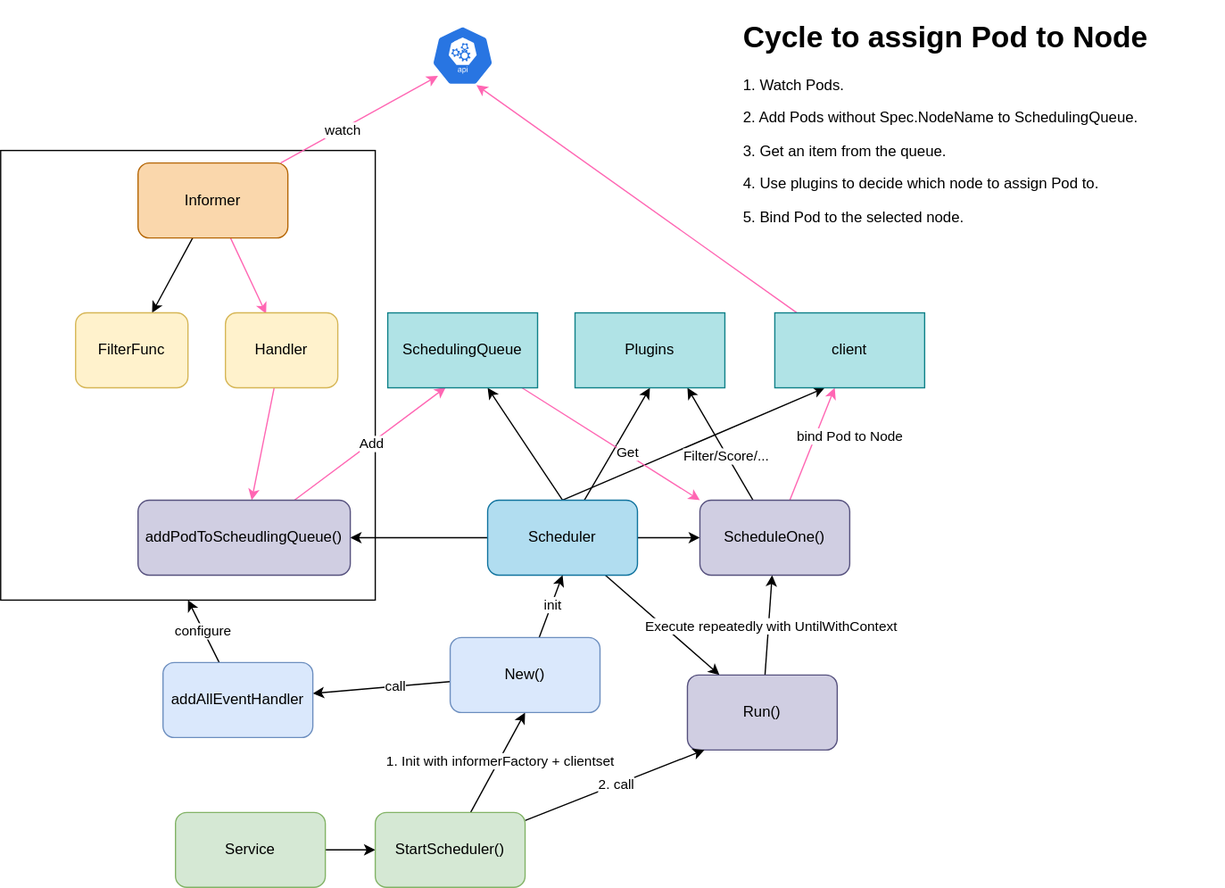
Before: diagram.drawio.svg, a diagram exported from draw.io (nakamasato/mini-kube-scheduler). Source tidied: cells renumbered, new cells last; positions are measured from the earlier drawing's top-left corner, leaving out a move shared by most shapes.
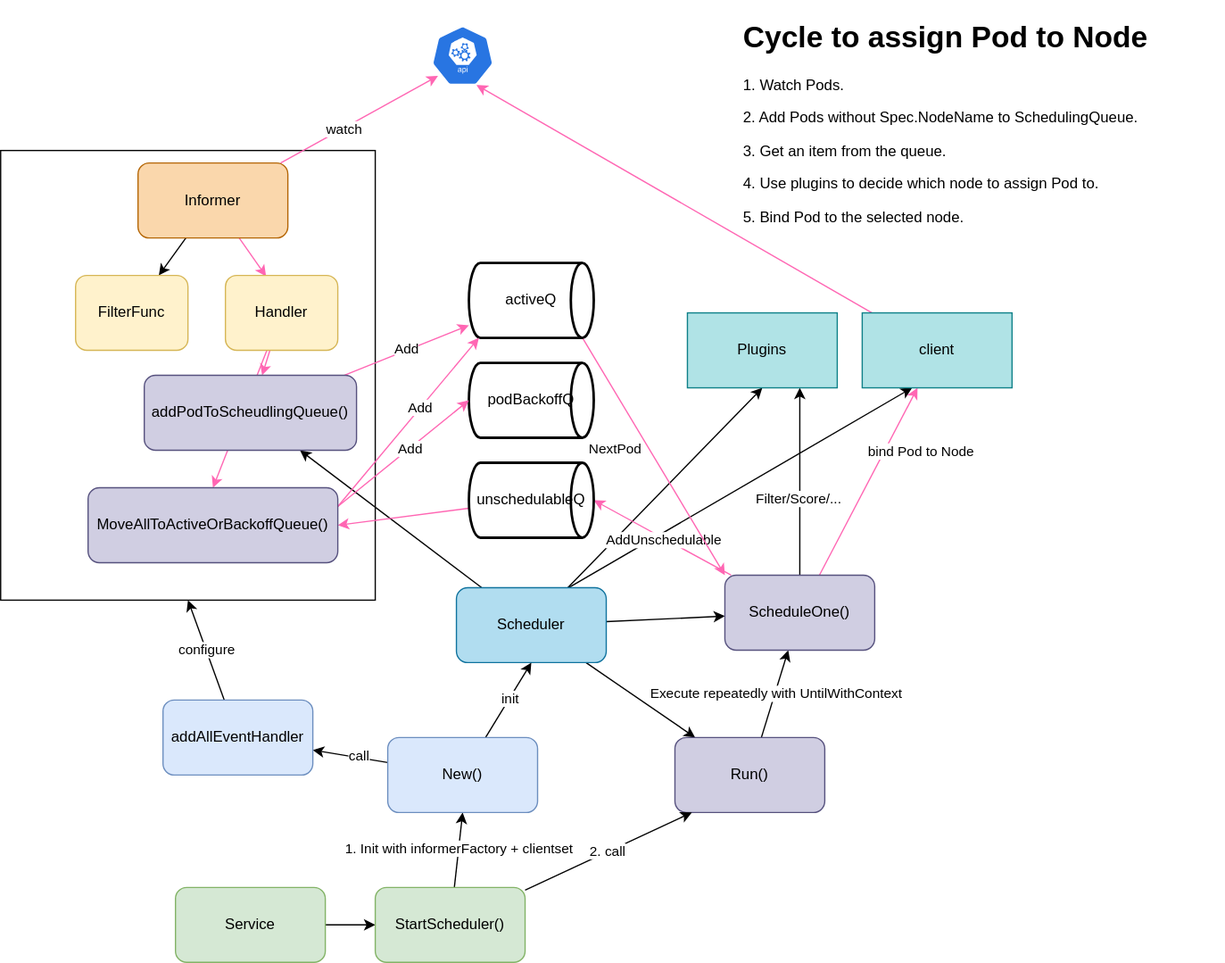
Above is the later version.

The edit, as a diff of the source:
```diff
@@ -5,10 +5,7 @@
     <mxCell id="2" style="rounded=0;whiteSpace=wrap;html=1;" parent="1" vertex="1">
       <mxGeometry y="110" width="300" height="360" as="geometry" />
     </mxCell>
-    <mxCell id="3" style="edgeStyle=none;html=1;exitX=0.5;exitY=0;exitDx=0;exitDy=0;" parent="1" edge="1" source="17" target="31">
-      <mxGeometry relative="1" as="geometry" />
-    </mxCell>
-    <mxCell id="4" style="edgeStyle=none;html=1;exitX=0.5;exitY=0;exitDx=0;exitDy=0;entryX=0.333;entryY=1;entryDx=0;entryDy=0;entryPerimeter=0;" parent="1" edge="1" source="17" target="33">
+    <mxCell id="4" style="edgeStyle=none;html=1;exitX=0.75;exitY=0;exitDx=0;exitDy=0;entryX=0.333;entryY=1;entryDx=0;entryDy=0;entryPerimeter=0;" parent="1" edge="1" source="17" target="33">
       <mxGeometry relative="1" as="geometry" />
     </mxCell>
     <mxCell id="5" style="edgeStyle=none;html=1;" parent="1" edge="1" source="12" target="7">
@@ -18,13 +15,16 @@
       <mxGeometry relative="1" as="geometry" />
     </mxCell>
     <mxCell id="7" value="FilterFunc" style="rounded=1;whiteSpace=wrap;html=1;fillColor=#fff2cc;strokeColor=#d6b656;" parent="1" vertex="1">
-      <mxGeometry x="60" y="240" width="90" height="60" as="geometry" />
+      <mxGeometry x="60" y="210" width="90" height="60" as="geometry" />
     </mxCell>
     <mxCell id="8" style="edgeStyle=none;html=1;strokeColor=#FF66B3;" parent="1" edge="1" source="9" target="20">
       <mxGeometry relative="1" as="geometry" />
     </mxCell>
+    <mxCell id="50" style="edgeStyle=none;html=1;entryX=0.5;entryY=0;entryDx=0;entryDy=0;strokeColor=#FF66B3;" parent="1" edge="1" source="9" target="61">
+      <mxGeometry relative="1" as="geometry" />
+    </mxCell>
     <mxCell id="9" value="Handler" style="rounded=1;whiteSpace=wrap;html=1;fillColor=#fff2cc;strokeColor=#d6b656;" parent="1" vertex="1">
-      <mxGeometry x="180" y="240" width="90" height="60" as="geometry" />
+      <mxGeometry x="180" y="210" width="90" height="60" as="geometry" />
     </mxCell>
     <mxCell id="10" style="edgeStyle=none;html=1;entryX=0.105;entryY=0.839;entryDx=0;entryDy=0;entryPerimeter=0;strokeColor=#FF66B3;" parent="1" edge="1" source="12" target="34">
       <mxGeometry relative="1" as="geometry" />
@@ -48,16 +48,16 @@
       <mxGeometry relative="1" as="geometry" />
     </mxCell>
     <mxCell id="17" value="Scheduler" style="rounded=1;whiteSpace=wrap;html=1;fillColor=#b1ddf0;strokeColor=#10739e;" parent="1" vertex="1">
-      <mxGeometry x="390" y="390" width="120" height="60" as="geometry" />
+      <mxGeometry x="365" y="460" width="120" height="60" as="geometry" />
     </mxCell>
-    <mxCell id="18" style="edgeStyle=none;html=1;entryX=0.388;entryY=0.992;entryDx=0;entryDy=0;entryPerimeter=0;strokeColor=#FF66B3;" parent="1" edge="1" source="20" target="31">
+    <mxCell id="18" style="edgeStyle=none;html=1;strokeColor=#FF66B3;" parent="1" edge="1" source="20" target="53">
       <mxGeometry relative="1" as="geometry" />
     </mxCell>
     <mxCell id="19" value="Add" style="edgeLabel;html=1;align=center;verticalAlign=middle;" parent="18" vertex="1">
       <mxGeometry x="0.01" y="1" relative="1" as="geometry" />
     </mxCell>
     <mxCell id="20" value="addPodToScheudlingQueue()" style="rounded=1;whiteSpace=wrap;html=1;fillColor=#d0cee2;strokeColor=#56517e;" parent="1" vertex="1">
-      <mxGeometry x="110" y="390" width="170" height="60" as="geometry" />
+      <mxGeometry x="115" y="290" width="170" height="60" as="geometry" />
     </mxCell>
     <mxCell id="21" style="edgeStyle=none;html=1;" parent="1" edge="1" source="23" target="28">
       <mxGeometry relative="1" as="geometry" />
@@ -66,7 +66,7 @@
       <mxGeometry x="0.01" y="-1" relative="1" as="geometry" />
     </mxCell>
     <mxCell id="23" value="Run()" style="rounded=1;whiteSpace=wrap;html=1;fillColor=#d0cee2;strokeColor=#56517e;" parent="1" vertex="1">
-      <mxGeometry x="550" y="530" width="120" height="60" as="geometry" />
+      <mxGeometry x="540" y="580" width="120" height="60" as="geometry" />
     </mxCell>
     <mxCell id="24" style="edgeStyle=none;html=1;strokeColor=#FF66B3;" parent="1" edge="1" source="28" target="33">
       <mxGeometry relative="1" as="geometry" />
@@ -82,23 +82,28 @@
     <mxCell id="27" value="Filter/Score/..." style="edgeLabel;html=1;align=center;verticalAlign=middle;" parent="26" vertex="1">
       <mxGeometry x="-0.18" y="1" relative="1" as="geometry" />
     </mxCell>
+    <mxCell id="51" style="edgeStyle=none;html=1;strokeColor=#FF66B3;entryX=1;entryY=0.5;entryDx=0;entryDy=0;entryPerimeter=0;" parent="1" edge="1" source="28" target="57">
+      <mxGeometry relative="1" as="geometry" />
+    </mxCell>
+    <mxCell id="52" value="AddUnschedulable" style="edgeLabel;html=1;align=center;verticalAlign=middle;" parent="51" vertex="1">
+      <mxGeometry x="-0.02" y="1" relative="1" as="geometry" />
+    </mxCell>
     <mxCell id="28" value="ScheduleOne()" style="rounded=1;whiteSpace=wrap;html=1;fillColor=#d0cee2;strokeColor=#56517e;" parent="1" vertex="1">
-      <mxGeometry x="560" y="390" width="120" height="60" as="geometry" />
+      <mxGeometry x="580" y="450" width="120" height="60" as="geometry" />
     </mxCell>
-    <mxCell id="29" style="edgeStyle=none;html=1;entryX=0;entryY=0;entryDx=0;entryDy=0;strokeColor=#FF66B3;" parent="1" edge="1" source="31" target="28">
+    <mxCell id="29" style="edgeStyle=none;html=1;entryX=0;entryY=0;entryDx=0;entryDy=0;strokeColor=#FF66B3;exitX=0.91;exitY=1;exitDx=0;exitDy=0;exitPerimeter=0;" parent="1" edge="1" source="53" target="28">
       <mxGeometry relative="1" as="geometry" />
     </mxCell>
-    <mxCell id="30" value="Get" style="edgeLabel;html=1;align=center;verticalAlign=middle;" parent="29" vertex="1">
-      <mxGeometry x="0.16" y="1" relative="1" as="geometry" />
+    <mxCell id="30" value="NextPod" style="edgeLabel;html=1;align=center;verticalAlign=middle;" parent="29" vertex="1">
+      <mxGeometry x="0.16" y="1" relative="1" as="geometry">
+        <mxPoint x="-41" y="-21" as="offset" />
+      </mxGeometry>
     </mxCell>
-    <mxCell id="31" value="&lt;span&gt;SchedulingQueue&lt;/span&gt;" style="rounded=0;whiteSpace=wrap;html=1;fillColor=#b0e3e6;strokeColor=#0e8088;" parent="1" vertex="1">
-      <mxGeometry x="310" y="240" width="120" height="60" as="geometry" />
-    </mxCell>
     <mxCell id="32" style="edgeStyle=none;html=1;entryX=0.72;entryY=0.99;entryDx=0;entryDy=0;entryPerimeter=0;strokeColor=#FF66B3;" parent="1" edge="1" source="33" target="34">
       <mxGeometry relative="1" as="geometry" />
     </mxCell>
     <mxCell id="33" value="&lt;span&gt;client&lt;/span&gt;" style="rounded=0;whiteSpace=wrap;html=1;fillColor=#b0e3e6;strokeColor=#0e8088;" parent="1" vertex="1">
-      <mxGeometry x="620" y="240" width="120" height="60" as="geometry" />
+      <mxGeometry x="690" y="240" width="120" height="60" as="geometry" />
     </mxCell>
     <mxCell id="34" style="sketch=0;html=1;dashed=0;whitespace=wrap;fillColor=#2875E2;strokeColor=#ffffff;points=[[0.005,0.63,0],[0.1,0.2,0],[0.9,0.2,0],[0.5,0,0],[0.995,0.63,0],[0.72,0.99,0],[0.5,1,0],[0.28,0.99,0]];shape=mxgraph.kubernetes.icon;prIcon=api;" parent="1" vertex="1">
       <mxGeometry x="345" y="10" width="50" height="48" as="geometry" />
@@ -107,7 +112,7 @@
       <mxGeometry relative="1" as="geometry" />
     </mxCell>
     <mxCell id="36" value="Service" style="rounded=1;whiteSpace=wrap;html=1;fillColor=#d5e8d4;strokeColor=#82b366;" parent="1" vertex="1">
-      <mxGeometry x="140" y="640" width="120" height="60" as="geometry" />
+      <mxGeometry x="140" y="700" width="120" height="60" as="geometry" />
     </mxCell>
     <mxCell id="37" style="edgeStyle=none;html=1;entryX=0.5;entryY=1;entryDx=0;entryDy=0;" parent="1" edge="1" source="40" target="45">
       <mxGeometry relative="1" as="geometry" />
@@ -119,7 +124,7 @@
       <mxGeometry relative="1" as="geometry" />
     </mxCell>
     <mxCell id="40" value="StartScheduler()" style="whiteSpace=wrap;html=1;fillColor=#d5e8d4;strokeColor=#82b366;rounded=1;" parent="1" vertex="1">
-      <mxGeometry x="300" y="640" width="120" height="60" as="geometry" />
+      <mxGeometry x="300" y="700" width="120" height="60" as="geometry" />
     </mxCell>
     <mxCell id="41" style="edgeStyle=none;html=1;" parent="1" edge="1" source="45" target="47">
       <mxGeometry relative="1" as="geometry" />
@@ -138,19 +143,46 @@
       </mxGeometry>
     </mxCell>
     <mxCell id="45" value="New()" style="rounded=1;whiteSpace=wrap;html=1;fillColor=#dae8fc;strokeColor=#6c8ebf;" parent="1" vertex="1">
-      <mxGeometry x="360" y="500" width="120" height="60" as="geometry" />
+      <mxGeometry x="310" y="580" width="120" height="60" as="geometry" />
     </mxCell>
     <mxCell id="46" value="configure" style="edgeStyle=none;html=1;entryX=0.5;entryY=1;entryDx=0;entryDy=0;" parent="1" edge="1" source="47" target="2">
       <mxGeometry relative="1" as="geometry" />
     </mxCell>
     <mxCell id="47" value="addAllEventHandler" style="rounded=1;whiteSpace=wrap;html=1;fillColor=#dae8fc;strokeColor=#6c8ebf;" parent="1" vertex="1">
-      <mxGeometry x="130" y="520" width="120" height="60" as="geometry" />
+      <mxGeometry x="130" y="550" width="120" height="60" as="geometry" />
     </mxCell>
     <mxCell id="48" value="&lt;span&gt;Plugins&lt;/span&gt;" style="rounded=0;whiteSpace=wrap;html=1;fillColor=#b0e3e6;strokeColor=#0e8088;" parent="1" vertex="1">
-      <mxGeometry x="460" y="240" width="120" height="60" as="geometry" />
+      <mxGeometry x="550" y="240" width="120" height="60" as="geometry" />
     </mxCell>
     <mxCell id="49" value="&lt;h1&gt;Cycle to assign Pod to Node&lt;/h1&gt;&lt;p&gt;1. Watch Pods.&lt;/p&gt;&lt;p&gt;2. Add Pods without Spec.NodeName to SchedulingQueue.&lt;/p&gt;&lt;p&gt;3. Get an item from the queue.&lt;/p&gt;&lt;p&gt;4. Use plugins to decide which node to assign Pod to.&lt;/p&gt;&lt;p&gt;5. Bind Pod to the selected node.&lt;/p&gt;" style="text;html=1;strokeColor=none;fillColor=none;spacing=5;spacingTop=-20;whiteSpace=wrap;overflow=hidden;rounded=0;" parent="1" vertex="1">
       <mxGeometry x="590" width="390" height="180" as="geometry" />
     </mxCell>
+    <mxCell id="53" value="activeQ" style="strokeWidth=2;html=1;shape=mxgraph.flowchart.direct_data;whiteSpace=wrap;" parent="1" vertex="1">
+      <mxGeometry x="375" y="200" width="100" height="60" as="geometry" />
+    </mxCell>
+    <mxCell id="54" style="edgeStyle=none;html=1;entryX=1;entryY=0.5;entryDx=0;entryDy=0;strokeColor=#FF66B3;" parent="1" edge="1" source="57" target="61">
+      <mxGeometry relative="1" as="geometry" />
+    </mxCell>
+    <mxCell id="55" style="edgeStyle=none;html=1;entryX=0.08;entryY=1;entryDx=0;entryDy=0;entryPerimeter=0;strokeColor=#FF66B3;exitX=1;exitY=0.25;exitDx=0;exitDy=0;" parent="1" edge="1" source="61" target="53">
+      <mxGeometry relative="1" as="geometry" />
+    </mxCell>
+    <mxCell id="56" value="Add" style="edgeLabel;html=1;align=center;verticalAlign=middle;" parent="55" vertex="1">
+      <mxGeometry x="0.17" relative="1" as="geometry" />
+    </mxCell>
+    <mxCell id="57" value="unschedulableQ" style="strokeWidth=2;html=1;shape=mxgraph.flowchart.direct_data;whiteSpace=wrap;" parent="1" vertex="1">
+      <mxGeometry x="375" y="360" width="100" height="60" as="geometry" />
+    </mxCell>
+    <mxCell id="58" value="podBackoffQ" style="strokeWidth=2;html=1;shape=mxgraph.flowchart.direct_data;whiteSpace=wrap;" parent="1" vertex="1">
+      <mxGeometry x="375" y="280" width="100" height="60" as="geometry" />
+    </mxCell>
+    <mxCell id="59" style="edgeStyle=none;html=1;entryX=0;entryY=0.5;entryDx=0;entryDy=0;entryPerimeter=0;strokeColor=#FF66B3;exitX=1;exitY=0.25;exitDx=0;exitDy=0;" parent="1" edge="1" source="61" target="58">
+      <mxGeometry relative="1" as="geometry" />
+    </mxCell>
+    <mxCell id="60" value="Add" style="edgeLabel;html=1;align=center;verticalAlign=middle;" parent="59" vertex="1">
+      <mxGeometry x="0.1" relative="1" as="geometry" />
+    </mxCell>
+    <mxCell id="61" value="MoveAllToActiveOrBackoffQueue()" style="rounded=1;whiteSpace=wrap;html=1;fillColor=#d0cee2;strokeColor=#56517e;" parent="1" vertex="1">
+      <mxGeometry x="70" y="380" width="200" height="60" as="geometry" />
+    </mxCell>
   </root>
 </mxGraphModel>
```
